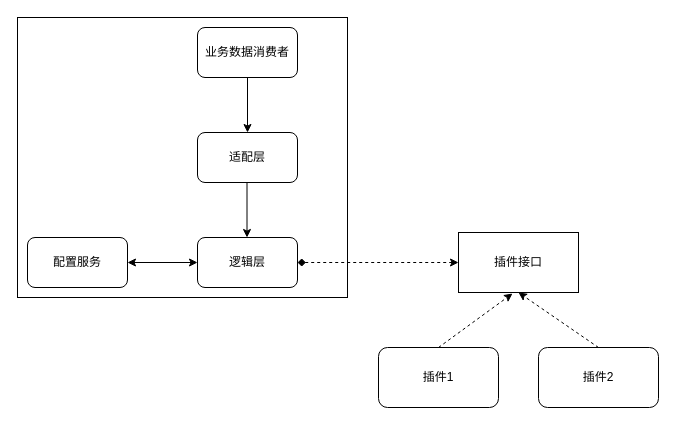
ericwan2018/CS-Book keeps this draw.io diagram as 插件.drawio. Above is the earlier version. Source tidied: cells renumbered, new cells numbered last; positions are measured from the earlier drawing's top-left corner, leaving out a move shared by most shapes. Both pictures are drawn from the tidied source at 100%, with x=0, y=0 at pixel (17, 17).
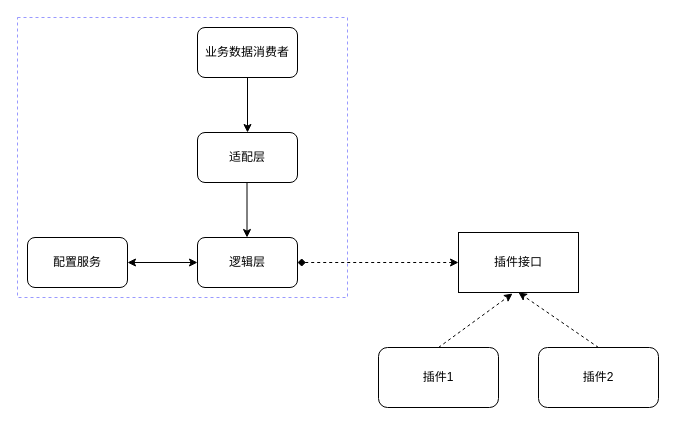
The same page after the edit.

The edit, as a diff of the source:
```diff
@@
 <mxGraphModel>
   <root>
     <mxCell id="0" />
     <mxCell id="1" parent="0" />
-    <mxCell id="2" style="rounded=0;whiteSpace=wrap;html=1;" parent="1" vertex="1">
+    <mxCell id="2" style="rounded=0;whiteSpace=wrap;html=1;dashed=1;strokeColor=#9999FF;" parent="1" vertex="1">
       <mxGeometry width="330" height="280" as="geometry" />
     </mxCell>
     <mxCell id="3" value="插件接口" style="rounded=0;whiteSpace=wrap;html=1;" parent="1" vertex="1">
       <mxGeometry x="441" y="215" width="120" height="60" as="geometry" />
     </mxCell>
     <mxCell id="4" value="插件1" style="rounded=1;whiteSpace=wrap;html=1;" parent="1" vertex="1">
       <mxGeometry x="361" y="330" width="120" height="60" as="geometry" />
     </mxCell>
     <mxCell id="5" value="插件2" style="rounded=1;whiteSpace=wrap;html=1;" parent="1" vertex="1">
       <mxGeometry x="521" y="330" width="120" height="60" as="geometry" />
     </mxCell>
     <mxCell id="6" style="endArrow=classic;html=1;entryX=0.45;entryY=1.017;entryDx=0;entryDy=0;entryPerimeter=0;exitX=0.5;exitY=0;exitDx=0;exitDy=0;dashed=1;" parent="1" edge="1" source="4" target="3">
       <mxGeometry relative="1" as="geometry" />
     </mxCell>
     <mxCell id="7" style="endArrow=classic;html=1;entryX=0.5;entryY=1;entryDx=0;entryDy=0;exitX=0.5;exitY=0;exitDx=0;exitDy=0;dashed=1;" parent="1" edge="1" source="5" target="3">
       <mxGeometry relative="1" as="geometry" />
     </mxCell>
     <mxCell id="8" value="适配层" style="rounded=1;whiteSpace=wrap;html=1;" parent="1" vertex="1">
       <mxGeometry x="180" y="115" width="100" height="50" as="geometry" />
     </mxCell>
     <mxCell id="9" value="业务数据消费者" style="rounded=1;whiteSpace=wrap;html=1;" parent="1" vertex="1">
       <mxGeometry x="180" y="10" width="100" height="50" as="geometry" />
     </mxCell>
     <mxCell id="10" value="配置服务" style="rounded=1;whiteSpace=wrap;html=1;" parent="1" vertex="1">
       <mxGeometry x="10" y="220" width="100" height="50" as="geometry" />
     </mxCell>
     <mxCell id="11" style="endArrow=classic;startArrow=diamond;html=1;dashed=1;entryX=0;entryY=0.5;entryDx=0;entryDy=0;exitX=1;exitY=0.5;exitDx=0;exitDy=0;startFill=1;" parent="1" edge="1" source="14" target="3">
       <mxGeometry relative="1" as="geometry" />
     </mxCell>
     <mxCell id="12" style="endArrow=classic;html=1;entryX=0.5;entryY=0;entryDx=0;entryDy=0;exitX=0.5;exitY=1;exitDx=0;exitDy=0;" parent="1" edge="1" source="9" target="8">
       <mxGeometry relative="1" as="geometry" />
     </mxCell>
     <mxCell id="13" style="endArrow=classic;html=1;entryX=0;entryY=0.5;entryDx=0;entryDy=0;exitX=1;exitY=0.5;exitDx=0;exitDy=0;startArrow=classic;startFill=1;" parent="1" edge="1" source="10" target="14">
       <mxGeometry relative="1" as="geometry" />
     </mxCell>
     <mxCell id="14" value="逻辑层" style="rounded=1;whiteSpace=wrap;html=1;" parent="1" vertex="1">
       <mxGeometry x="180" y="220" width="100" height="50" as="geometry" />
     </mxCell>
     <mxCell id="15" style="endArrow=classic;html=1;entryX=0.5;entryY=0;entryDx=0;entryDy=0;exitX=0.5;exitY=1;exitDx=0;exitDy=0;" parent="1" edge="1">
       <mxGeometry relative="1" as="geometry">
         <mxPoint x="229.5" y="165" as="sourcePoint" />
         <mxPoint x="229.5" y="220" as="targetPoint" />
       </mxGeometry>
     </mxCell>
   </root>
 </mxGraphModel>
```
